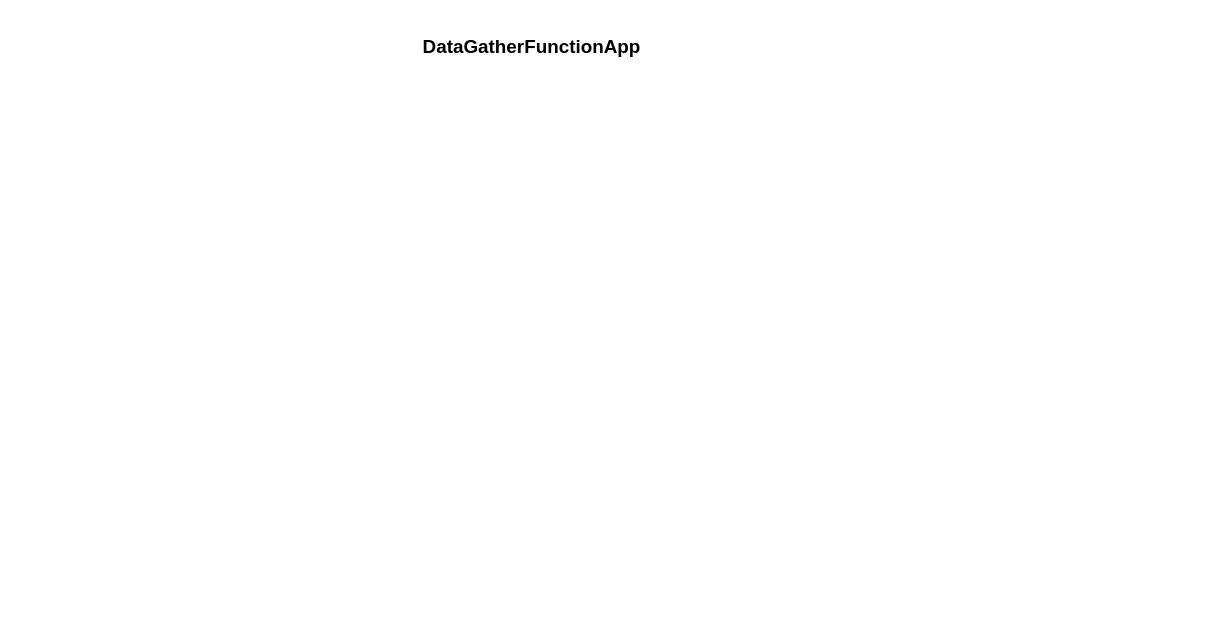
The draw.io diagram DataGatherApp.drawio in M1llns/M1llns, before the edit. Source tidied: cells renumbered, new cells numbered last; positions are measured from the earlier drawing's top-left corner, leaving out a move shared by most shapes. Both pictures are drawn from the tidied source at 157%, with x=0, y=0 at pixel (468, 27).
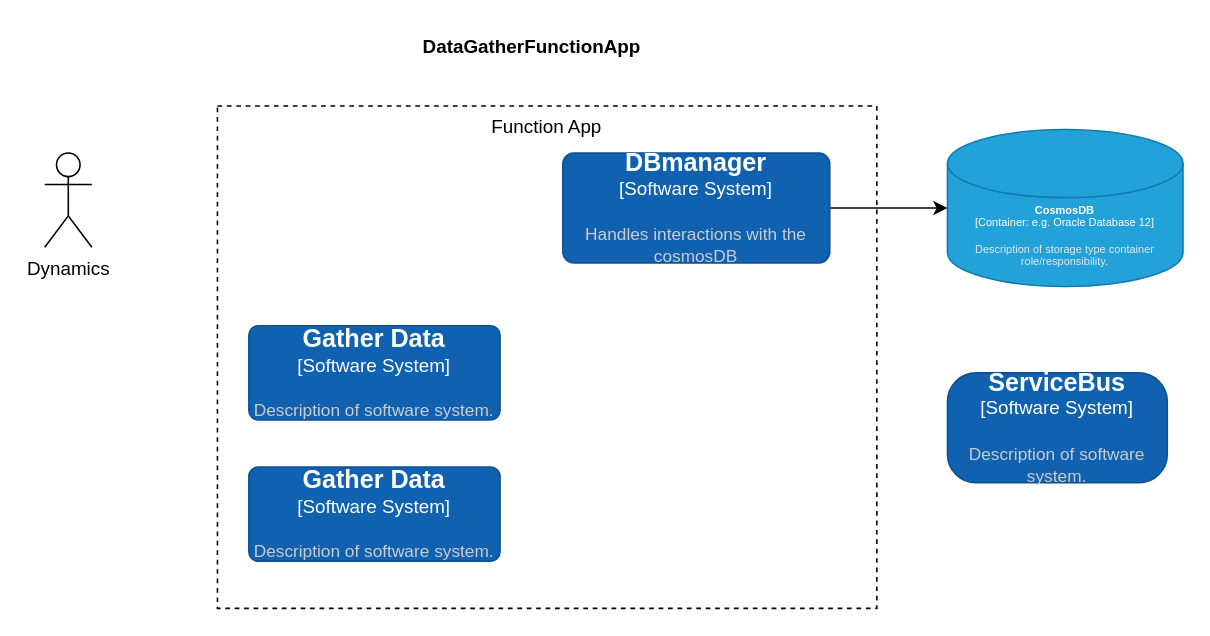
The same page after the edit.

Change to the diagram source:
```diff
@@
 <mxGraphModel>
   <root>
     <mxCell id="0" />
     <mxCell id="1" parent="0" />
+    <mxCell id="3" value="Function App" style="rounded=0;whiteSpace=wrap;html=1;verticalAlign=top;dashed=1;" parent="1" vertex="1">
+      <mxGeometry x="-160" y="50" width="420" height="320" as="geometry" />
+    </mxCell>
     <mxCell id="2" value="DataGatherFunctionApp" style="text;align=center;fontStyle=1;verticalAlign=middle;spacingLeft=3;spacingRight=3;strokeColor=none;html=1;" parent="1" vertex="1">
       <mxGeometry width="80" height="26" as="geometry" />
     </mxCell>
+    <mxCell id="4" value="Dynamics" style="shape=umlActor;verticalLabelPosition=bottom;verticalAlign=top;html=1;" parent="1" vertex="1">
+      <mxGeometry x="-270" y="80" width="30" height="60" as="geometry" />
+    </mxCell>
+    <object id="5" label="&lt;font style=&quot;font-size: 7px;&quot;&gt;&lt;b style=&quot;font-size: 7px;&quot;&gt;%c4Name%&lt;/b&gt;&lt;/font&gt;&lt;div style=&quot;font-size: 7px;&quot;&gt;[%c4Type%:&amp;nbsp;%c4Technology%]&lt;/div&gt;&lt;br style=&quot;font-size: 7px;&quot;&gt;&lt;div style=&quot;font-size: 7px;&quot;&gt;&lt;font style=&quot;font-size: 7px;&quot;&gt;&lt;font color=&quot;#E6E6E6&quot; style=&quot;font-size: 7px;&quot;&gt;%c4Description%&lt;/font&gt;&lt;/font&gt;&lt;/div&gt;" c4Description="Description of storage type container role/responsibility." c4Name="CosmosDB" c4Technology="e.g. Oracle Database 12" c4Type="Container" placeholders="1">
+      <mxCell style="shape=cylinder3;size=21.68965517241378;whiteSpace=wrap;html=1;boundedLbl=1;rounded=0;labelBackgroundColor=none;fillColor=#23A2D9;fontSize=7;fontColor=#ffffff;align=center;strokeColor=#0E7DAD;points=[[0.5,0,0],[1,0.25,0],[1,0.5,0],[1,0.75,0],[0.5,1,0],[0,0.75,0],[0,0.5,0],[0,0.25,0]];strokeWidth=1;" parent="1" vertex="1">
+        <mxGeometry x="305" y="65" width="150" height="100" as="geometry" />
+      </mxCell>
+    </object>
+    <object id="6" label="&lt;font style=&quot;font-size: 16px&quot;&gt;&lt;b&gt;%c4Name%&lt;/b&gt;&lt;/font&gt;&lt;div&gt;[%c4Type%]&lt;/div&gt;&lt;br&gt;&lt;div&gt;&lt;font style=&quot;font-size: 11px&quot;&gt;&lt;font color=&quot;#cccccc&quot;&gt;%c4Description%&lt;/font&gt;&lt;/div&gt;" c4Description="Description of software system." c4Name="ServiceBus" c4Type="Software System" placeholders="1">
+      <mxCell style="rounded=1;whiteSpace=wrap;html=1;labelBackgroundColor=none;fillColor=#1061B0;fontColor=#ffffff;align=center;arcSize=26;strokeColor=#0D5091;" parent="1" vertex="1">
+        <mxGeometry x="305" y="220" width="140" height="70" as="geometry" />
+      </mxCell>
+    </object>
+    <mxCell id="7" style="edgeStyle=orthogonalEdgeStyle;rounded=0;jettySize=auto;html=1;" parent="1" edge="1" source="8" target="5">
+      <mxGeometry relative="1" as="geometry" />
+    </mxCell>
+    <object id="8" label="&lt;font style=&quot;font-size: 16px&quot;&gt;&lt;b&gt;%c4Name%&lt;/b&gt;&lt;/font&gt;&lt;div&gt;[%c4Type%]&lt;/div&gt;&lt;br&gt;&lt;div&gt;&lt;font style=&quot;font-size: 11px&quot;&gt;&lt;font color=&quot;#cccccc&quot;&gt;%c4Description%&lt;/font&gt;&lt;/div&gt;" c4Description="Handles interactions with the cosmosDB" c4Name="DBmanager" c4Type="Software System" placeholders="1">
+      <mxCell style="rounded=1;whiteSpace=wrap;html=1;labelBackgroundColor=none;fillColor=#1061B0;fontColor=#ffffff;align=center;arcSize=10;strokeColor=#0D5091;points=[[0.25,0,0],[0.5,0,0],[0.75,0,0],[1,0.25,0],[1,0.5,0],[1,0.75,0],[0.75,1,0],[0.5,1,0],[0.25,1,0],[0,0.75,0],[0,0.5,0],[0,0.25,0]];" parent="1" vertex="1">
+        <mxGeometry x="60" y="80" width="170" height="70" as="geometry" />
+      </mxCell>
+    </object>
+    <object id="9" label="&lt;font style=&quot;font-size: 16px&quot;&gt;&lt;b&gt;%c4Name%&lt;/b&gt;&lt;/font&gt;&lt;div&gt;[%c4Type%]&lt;/div&gt;&lt;br&gt;&lt;div&gt;&lt;font style=&quot;font-size: 11px&quot;&gt;&lt;font color=&quot;#cccccc&quot;&gt;%c4Description%&lt;/font&gt;&lt;/div&gt;" c4Description="Description of software system." c4Name="Gather Data" c4Type="Software System" placeholders="1">
+      <mxCell style="rounded=1;whiteSpace=wrap;html=1;labelBackgroundColor=none;fillColor=#1061B0;fontColor=#ffffff;align=center;arcSize=10;strokeColor=#0D5091;" parent="1" vertex="1">
+        <mxGeometry x="-140" y="280" width="160" height="60" as="geometry" />
+      </mxCell>
+    </object>
+    <object id="10" label="&lt;font style=&quot;font-size: 16px&quot;&gt;&lt;b&gt;%c4Name%&lt;/b&gt;&lt;/font&gt;&lt;div&gt;[%c4Type%]&lt;/div&gt;&lt;br&gt;&lt;div&gt;&lt;font style=&quot;font-size: 11px&quot;&gt;&lt;font color=&quot;#cccccc&quot;&gt;%c4Description%&lt;/font&gt;&lt;/div&gt;" c4Description="Description of software system." c4Name="Gather Data" c4Type="Software System" placeholders="1">
+      <mxCell style="rounded=1;whiteSpace=wrap;html=1;labelBackgroundColor=none;fillColor=#1061B0;fontColor=#ffffff;align=center;arcSize=10;strokeColor=#0D5091;" parent="1" vertex="1">
+        <mxGeometry x="-140" y="190" width="160" height="60" as="geometry" />
+      </mxCell>
+    </object>
   </root>
 </mxGraphModel>
```
